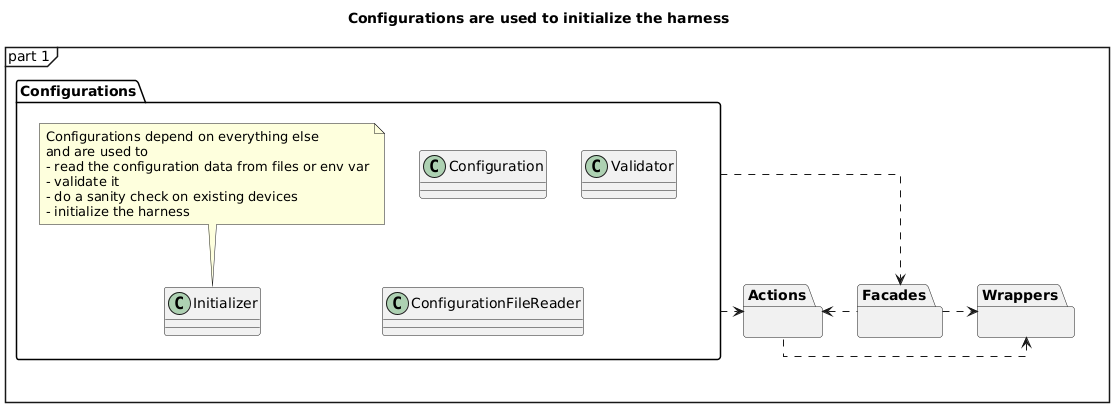
Earlier version of the PlantUML export src/ska_integration_test_harness/architecture-config.png (ska-telescope/ska-integration-test-harness). Source of this version:
```plantuml
@startuml
mainframe part 1
skinparam linetype ortho

top to bottom direction

title Configurations are used to initialize the harness

package "Configurations" {

    class Configuration {
    }
    class Initializer {
    }
    note top
Configurations depend on everything else
and are used to
- read the configuration data from files or env var
- validate it
- do a sanity check on existing devices
- initialize the harness
end note

    class Validator {}
    class ConfigurationFileReader {}

}


package "Facades" {


}


package "Wrappers" {

}



package "Actions" {

}
Actions .left.> Wrappers
"Facades" ..left..> Actions
"Configurations" ..> Actions
"Configurations" ..> Facades

Facades ..right..> "Wrappers"


@enduml
```
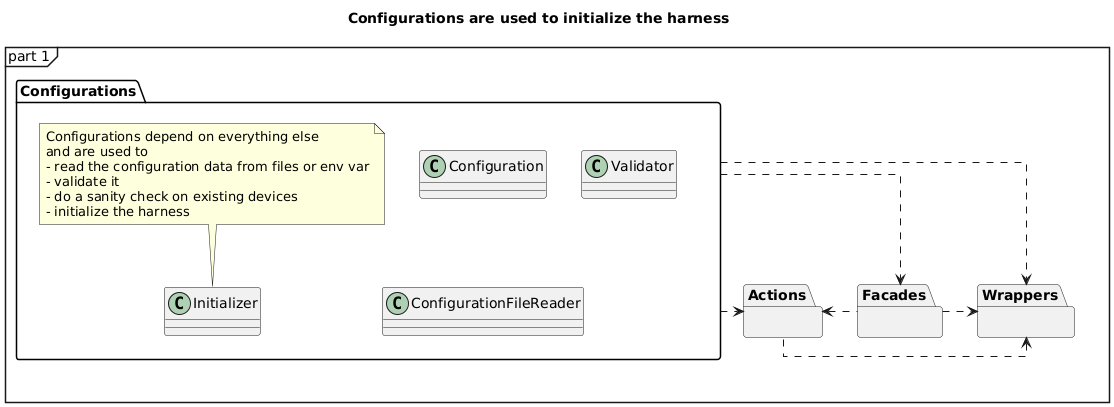
After the change.

Commit message:
SP-4375: fixed missing dependency

What changed in the source:
```diff
@@ -46,6 +46,7 @@
 "Facades" ..left..> Actions
 "Configurations" ..> Actions
 "Configurations" ..> Facades
+"Configurations" ..> Wrappers
 
 Facades ..right..> "Wrappers"
 
```
